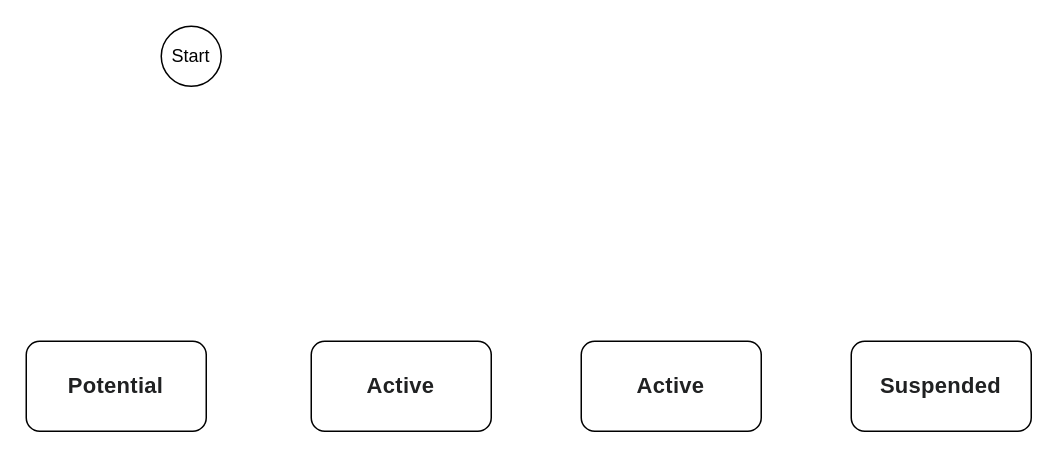
Before: NSCC/Lab 5 State Transition Diagram.drawio in ObeeeWon/Diagrams, a draw.io diagram. Source tidied: cells renumbered, new cells numbered last; positions are measured from the earlier drawing's top-left corner, leaving out a move shared by most shapes. Both pictures are drawn from the tidied source at 150%, with x=0, y=0 at pixel (26, 26).
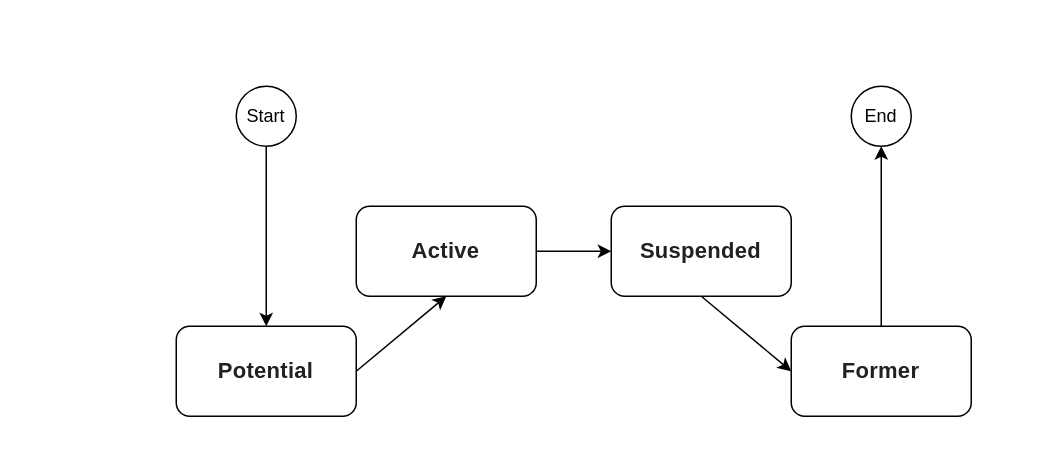
After the change.

Change to the diagram source:
```diff
@@
 <mxGraphModel>
   <root>
     <mxCell id="0" />
     <mxCell id="1" parent="0" />
     <mxCell id="2" value="Start" style="ellipse;whiteSpace=wrap;html=1;" parent="1" vertex="1">
-      <mxGeometry x="90" width="40" height="40" as="geometry" />
+      <mxGeometry x="140" y="40" width="40" height="40" as="geometry" />
     </mxCell>
     <mxCell id="3" value="&lt;b style=&quot;color: rgb(32, 33, 34); font-family: Calibri, sans-serif; font-size: 14.6667px; letter-spacing: 0.2px; text-align: start; background-color: rgb(255, 255, 255);&quot;&gt;Potential&lt;/b&gt;" style="rounded=1;whiteSpace=wrap;html=1;" parent="1" vertex="1">
-      <mxGeometry y="210" width="120" height="60" as="geometry" />
+      <mxGeometry x="100" y="200" width="120" height="60" as="geometry" />
     </mxCell>
     <mxCell id="4" value="&lt;b style=&quot;color: rgb(32, 33, 34); font-family: Calibri, sans-serif; font-size: 14.6667px; letter-spacing: 0.2px; text-align: start; background-color: rgb(255, 255, 255);&quot;&gt;Active&lt;/b&gt;" style="rounded=1;whiteSpace=wrap;html=1;" parent="1" vertex="1">
-      <mxGeometry x="190" y="210" width="120" height="60" as="geometry" />
+      <mxGeometry x="220" y="120" width="120" height="60" as="geometry" />
     </mxCell>
-    <mxCell id="5" value="&lt;b style=&quot;color: rgb(32, 33, 34); font-family: Calibri, sans-serif; font-size: 14.6667px; letter-spacing: 0.2px; text-align: start; background-color: rgb(255, 255, 255);&quot;&gt;Active&lt;/b&gt;" style="rounded=1;whiteSpace=wrap;html=1;" parent="1" vertex="1">
-      <mxGeometry x="370" y="210" width="120" height="60" as="geometry" />
-    </mxCell>
     <mxCell id="6" value="&lt;b style=&quot;color: rgb(32, 33, 34); font-family: Calibri, sans-serif; font-size: 14.6667px; letter-spacing: 0.2px; text-align: start; background-color: rgb(255, 255, 255);&quot;&gt;Suspended&lt;/b&gt;" style="rounded=1;whiteSpace=wrap;html=1;" parent="1" vertex="1">
-      <mxGeometry x="550" y="210" width="120" height="60" as="geometry" />
+      <mxGeometry x="390" y="120" width="120" height="60" as="geometry" />
     </mxCell>
+    <mxCell id="7" value="&lt;b style=&quot;color: rgb(32, 33, 34); font-family: Calibri, sans-serif; font-size: 14.6667px; letter-spacing: 0.2px; text-align: start; background-color: rgb(255, 255, 255);&quot;&gt;Former&lt;/b&gt;" style="rounded=1;whiteSpace=wrap;html=1;" parent="1" vertex="1">
+      <mxGeometry x="510" y="200" width="120" height="60" as="geometry" />
+    </mxCell>
+    <mxCell id="8" style="endArrow=classic;html=1;rounded=0;exitX=1;exitY=0.5;exitDx=0;exitDy=0;entryX=0.5;entryY=1;entryDx=0;entryDy=0;" parent="1" edge="1" source="3" target="4">
+      <mxGeometry relative="1" as="geometry" />
+    </mxCell>
+    <mxCell id="9" style="endArrow=classic;html=1;rounded=0;exitX=0.5;exitY=1;exitDx=0;exitDy=0;entryX=0.5;entryY=0;entryDx=0;entryDy=0;" parent="1" edge="1" source="2" target="3">
+      <mxGeometry relative="1" as="geometry" />
+    </mxCell>
+    <mxCell id="10" style="endArrow=classic;html=1;rounded=0;entryX=0;entryY=0.5;entryDx=0;entryDy=0;exitX=1;exitY=0.5;exitDx=0;exitDy=0;" parent="1" edge="1" source="4" target="6">
+      <mxGeometry relative="1" as="geometry" />
+    </mxCell>
+    <mxCell id="11" style="endArrow=classic;html=1;rounded=0;entryX=0;entryY=0.5;entryDx=0;entryDy=0;exitX=0.5;exitY=1;exitDx=0;exitDy=0;" parent="1" edge="1" source="6" target="7">
+      <mxGeometry relative="1" as="geometry" />
+    </mxCell>
+    <mxCell id="12" value="End" style="ellipse;whiteSpace=wrap;html=1;" parent="1" vertex="1">
+      <mxGeometry x="550" y="40" width="40" height="40" as="geometry" />
+    </mxCell>
+    <mxCell id="13" style="endArrow=classic;html=1;rounded=0;entryX=0.5;entryY=1;entryDx=0;entryDy=0;exitX=0.5;exitY=0;exitDx=0;exitDy=0;" parent="1" edge="1" source="7" target="12">
+      <mxGeometry relative="1" as="geometry" />
+    </mxCell>
   </root>
 </mxGraphModel>
```
